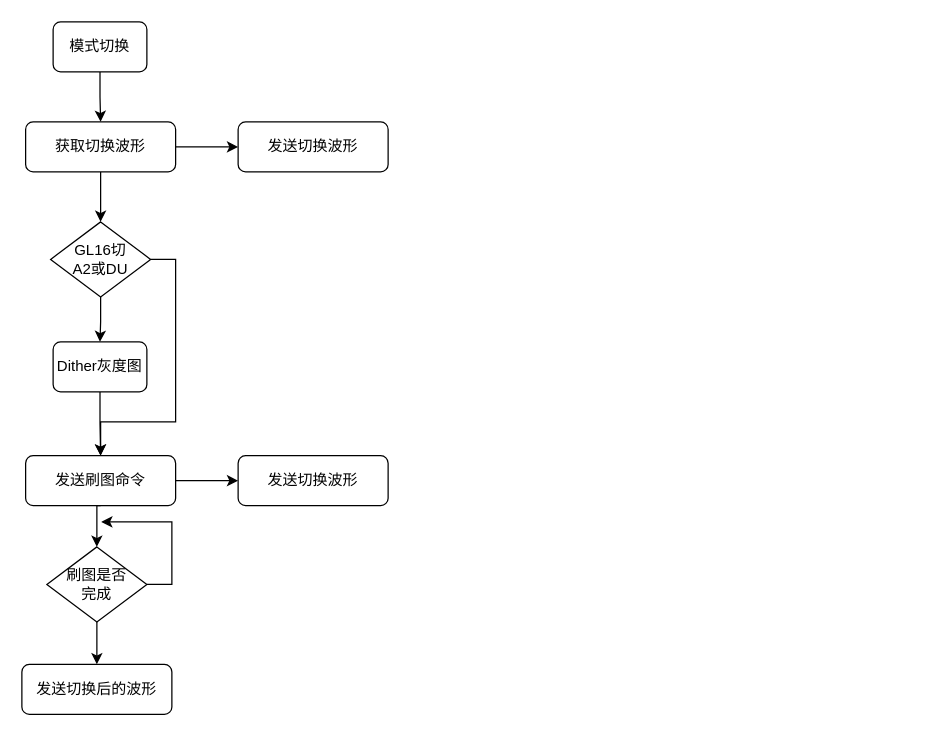
Above: FPGA_surfacefilnger.drawio in xubinlu/android-journey (draw.io), before the change. Source tidied: cells renumbered, new cells numbered last; positions are measured from the earlier drawing's top-left corner, leaving out a move shared by most shapes. Both pictures are drawn from the tidied source at 125%, with x=0, y=0 at pixel (21, 21).
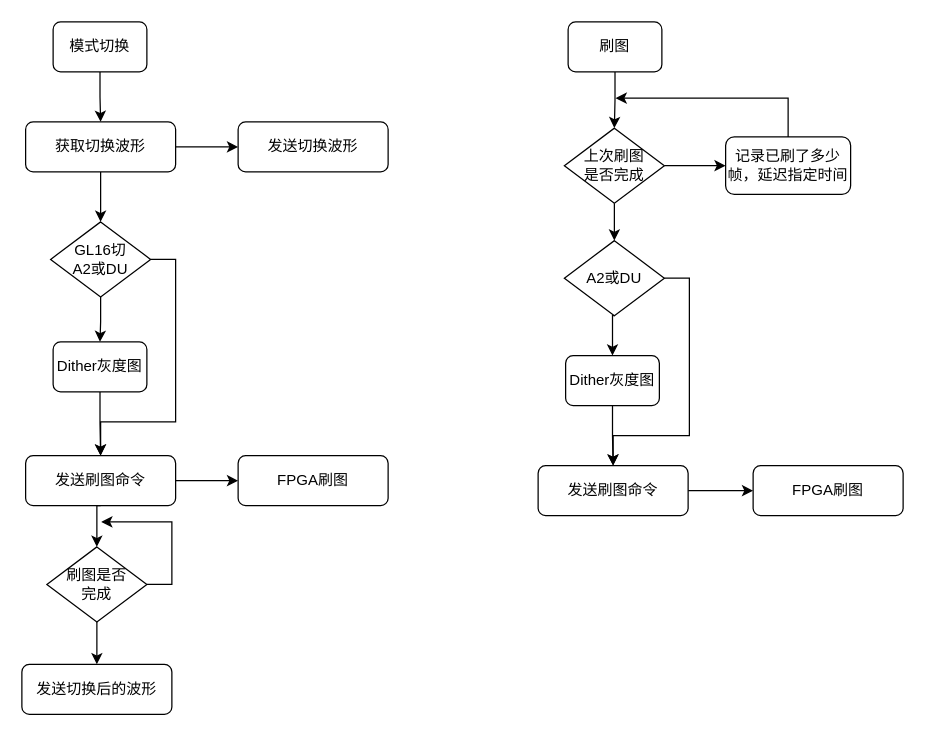
The same diagram, later.

Diff of the diagram source:
```diff
@@
-    <mxCell id="16" value="发送切换波形" style="whiteSpace=wrap;html=1;rounded=1;glass=0;strokeWidth=1;shadow=0;" parent="1" vertex="1">
+    <mxCell id="16" value="FPGA刷图" style="whiteSpace=wrap;html=1;rounded=1;glass=0;strokeWidth=1;shadow=0;" parent="1" vertex="1">
       <mxGeometry x="173" y="347" width="120" height="40" as="geometry" />
     </mxCell>
@@
+    <mxCell id="21" style="edgeStyle=orthogonalEdgeStyle;rounded=0;jettySize=auto;html=1;exitX=0.5;exitY=1;exitDx=0;exitDy=0;entryX=0.5;entryY=0;entryDx=0;entryDy=0;" parent="1" edge="1" source="22" target="25">
+      <mxGeometry relative="1" as="geometry" />
+    </mxCell>
+    <mxCell id="22" value="刷图" style="rounded=1;whiteSpace=wrap;html=1;fontSize=12;glass=0;strokeWidth=1;shadow=0;" parent="1" vertex="1">
+      <mxGeometry x="437" width="75" height="40" as="geometry" />
+    </mxCell>
+    <mxCell id="23" style="edgeStyle=orthogonalEdgeStyle;rounded=0;jettySize=auto;html=1;exitX=1;exitY=0.5;exitDx=0;exitDy=0;entryX=0;entryY=0.5;entryDx=0;entryDy=0;" parent="1" edge="1" source="25" target="27">
+      <mxGeometry relative="1" as="geometry" />
+    </mxCell>
+    <mxCell id="24" style="edgeStyle=orthogonalEdgeStyle;rounded=0;jettySize=auto;html=1;exitX=0.5;exitY=1;exitDx=0;exitDy=0;entryX=0.5;entryY=0;entryDx=0;entryDy=0;" parent="1" edge="1" source="25" target="30">
+      <mxGeometry relative="1" as="geometry" />
+    </mxCell>
+    <mxCell id="25" value="上次刷图&lt;div&gt;是否完成&lt;/div&gt;" style="rhombus;whiteSpace=wrap;html=1;" parent="1" vertex="1">
+      <mxGeometry x="434" y="85" width="80" height="60" as="geometry" />
+    </mxCell>
+    <mxCell id="26" style="edgeStyle=orthogonalEdgeStyle;rounded=0;jettySize=auto;html=1;exitX=0.5;exitY=0;exitDx=0;exitDy=0;" parent="1" edge="1" source="27">
+      <mxGeometry relative="1" as="geometry">
+        <mxPoint x="475" y="61" as="targetPoint" />
+        <Array as="points">
+          <mxPoint x="613" y="61" />
+        </Array>
+      </mxGeometry>
+    </mxCell>
+    <mxCell id="27" value="记录已刷了多少帧，延迟指定时间" style="rounded=1;whiteSpace=wrap;html=1;fontSize=12;glass=0;strokeWidth=1;shadow=0;" parent="1" vertex="1">
+      <mxGeometry x="563" y="92" width="100" height="46" as="geometry" />
+    </mxCell>
+    <mxCell id="28" style="edgeStyle=orthogonalEdgeStyle;rounded=0;jettySize=auto;html=1;exitX=0.5;exitY=1;exitDx=0;exitDy=0;entryX=0.5;entryY=0;entryDx=0;entryDy=0;" parent="1" edge="1" source="30" target="32">
+      <mxGeometry relative="1" as="geometry" />
+    </mxCell>
+    <mxCell id="29" style="edgeStyle=orthogonalEdgeStyle;rounded=0;jettySize=auto;html=1;exitX=1;exitY=0.5;exitDx=0;exitDy=0;entryX=0.5;entryY=0;entryDx=0;entryDy=0;" parent="1" edge="1" source="30" target="34">
+      <mxGeometry relative="1" as="geometry">
+        <Array as="points">
+          <mxPoint x="534" y="205" />
+          <mxPoint x="534" y="331" />
+          <mxPoint x="473" y="331" />
+        </Array>
+      </mxGeometry>
+    </mxCell>
+    <mxCell id="30" value="&lt;span style=&quot;background-color: initial;&quot;&gt;A2或DU&lt;/span&gt;" style="rhombus;whiteSpace=wrap;html=1;" parent="1" vertex="1">
+      <mxGeometry x="434" y="175" width="80" height="60" as="geometry" />
+    </mxCell>
+    <mxCell id="31" style="edgeStyle=orthogonalEdgeStyle;rounded=0;jettySize=auto;html=1;exitX=0.5;exitY=1;exitDx=0;exitDy=0;entryX=0.5;entryY=0;entryDx=0;entryDy=0;" parent="1" edge="1" source="32" target="34">
+      <mxGeometry relative="1" as="geometry" />
+    </mxCell>
+    <mxCell id="32" value="Dither灰度图" style="rounded=1;whiteSpace=wrap;html=1;fontSize=12;glass=0;strokeWidth=1;shadow=0;" parent="1" vertex="1">
+      <mxGeometry x="435" y="267" width="75" height="40" as="geometry" />
+    </mxCell>
+    <mxCell id="33" style="edgeStyle=orthogonalEdgeStyle;rounded=0;jettySize=auto;html=1;exitX=1;exitY=0.5;exitDx=0;exitDy=0;entryX=0;entryY=0.5;entryDx=0;entryDy=0;" parent="1" edge="1" source="34" target="35">
+      <mxGeometry relative="1" as="geometry" />
+    </mxCell>
+    <mxCell id="34" value="发送刷图命令" style="whiteSpace=wrap;html=1;rounded=1;glass=0;strokeWidth=1;shadow=0;" parent="1" vertex="1">
+      <mxGeometry x="413" y="355" width="120" height="40" as="geometry" />
+    </mxCell>
+    <mxCell id="35" value="FPGA刷图" style="whiteSpace=wrap;html=1;rounded=1;glass=0;strokeWidth=1;shadow=0;" parent="1" vertex="1">
+      <mxGeometry x="585" y="355" width="120" height="40" as="geometry" />
+    </mxCell>
```
